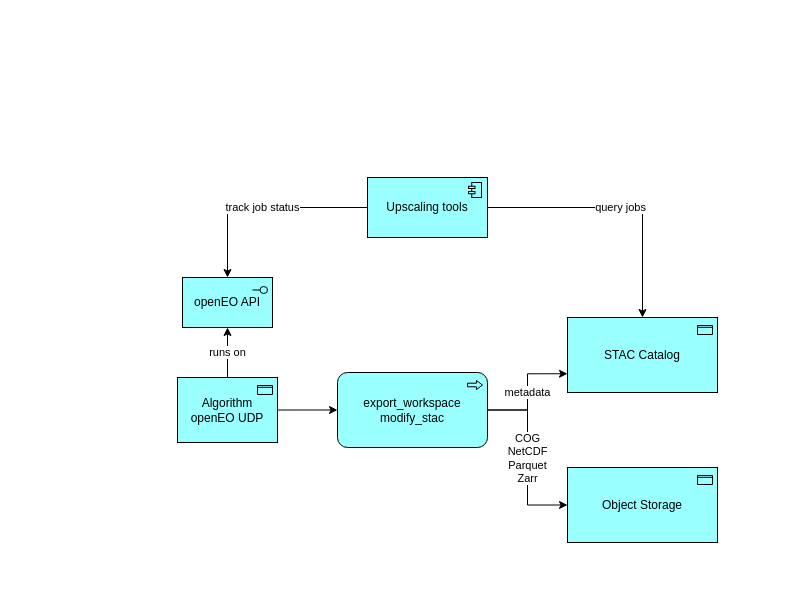
This is propagation/upscaling_openeo.drawio from ESA-APEx/apex_documentation, a draw.io file, before an edit. Source tidied: cells renumbered, new cells numbered last; positions are measured from the earlier drawing's top-left corner, leaving out a move shared by most shapes. Both pictures are drawn from the tidied source at 100%, with x=0, y=0 at pixel (177, 177).
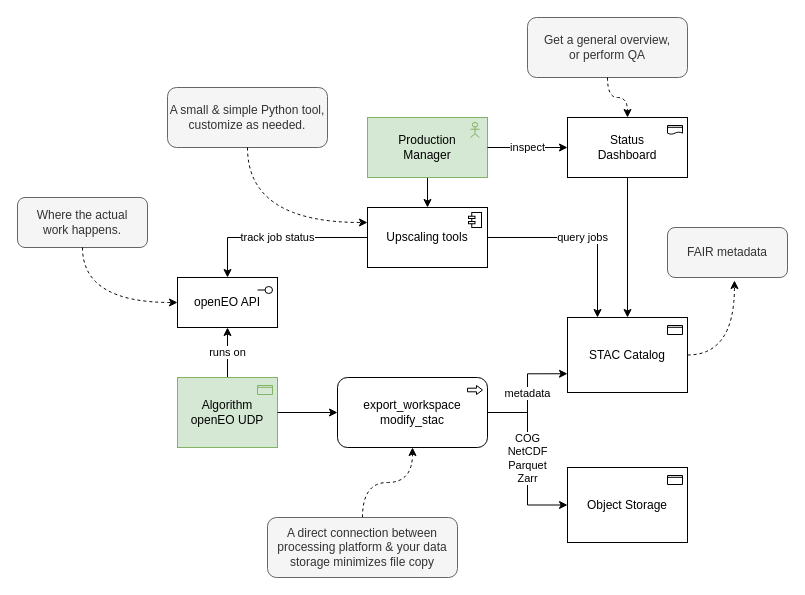
The same diagram, later.

Commit message:
finish diagram

Change to the diagram source:
```diff
@@
-    <mxCell id="3" value="Algorithm&lt;br&gt;openEO UDP" style="html=1;outlineConnect=0;whiteSpace=wrap;fillColor=#99ffff;shape=mxgraph.archimate3.application;appType=passive;archiType=square;" parent="1" vertex="1">
-      <mxGeometry y="200" width="100" height="65" as="geometry" />
+    <mxCell id="3" value="Algorithm&lt;br&gt;openEO UDP" style="html=1;outlineConnect=0;whiteSpace=wrap;shape=mxgraph.archimate3.application;appType=passive;archiType=square;fillColor=#d5e8d4;strokeColor=#82b366;" parent="1" vertex="1">
+      <mxGeometry y="200" width="100" height="70" as="geometry" />
     </mxCell>
-    <mxCell id="4" value="export_workspace&lt;br&gt;modify_stac" style="html=1;outlineConnect=0;whiteSpace=wrap;fillColor=#99ffff;shape=mxgraph.archimate3.application;appType=proc;archiType=rounded;" parent="1" vertex="1">
-      <mxGeometry x="160" y="195" width="150" height="75" as="geometry" />
+    <mxCell id="4" value="export_workspace&lt;br&gt;modify_stac" style="html=1;outlineConnect=0;whiteSpace=wrap;shape=mxgraph.archimate3.application;appType=proc;archiType=rounded;" parent="1" vertex="1">
+      <mxGeometry x="160" y="200" width="150" height="70" as="geometry" />
     </mxCell>
@@
-    <mxCell id="6" value="STAC Catalog" style="html=1;outlineConnect=0;whiteSpace=wrap;fillColor=#99ffff;shape=mxgraph.archimate3.application;appType=passive;archiType=square;" parent="1" vertex="1">
-      <mxGeometry x="390" y="140" width="150" height="75" as="geometry" />
+    <mxCell id="6" value="STAC Catalog" style="html=1;outlineConnect=0;whiteSpace=wrap;shape=mxgraph.archimate3.application;appType=passive;archiType=square;" parent="1" vertex="1">
+      <mxGeometry x="390" y="140" width="120" height="75" as="geometry" />
     </mxCell>
@@
-    <mxCell id="8" value="Object Storage" style="html=1;outlineConnect=0;whiteSpace=wrap;fillColor=#99ffff;shape=mxgraph.archimate3.application;appType=passive;archiType=square;" parent="1" vertex="1">
-      <mxGeometry x="390" y="290" width="150" height="75" as="geometry" />
+    <mxCell id="8" value="Object Storage" style="html=1;outlineConnect=0;whiteSpace=wrap;shape=mxgraph.archimate3.application;appType=passive;archiType=square;" parent="1" vertex="1">
+      <mxGeometry x="390" y="290" width="120" height="75" as="geometry" />
     </mxCell>
@@
-    <mxCell id="10" value="openEO API" style="html=1;outlineConnect=0;whiteSpace=wrap;fillColor=#99ffff;shape=mxgraph.archimate3.application;appType=interface;archiType=square;" parent="1" vertex="1">
-      <mxGeometry x="5" y="100" width="90" height="50" as="geometry" />
+    <mxCell id="10" value="openEO API" style="html=1;outlineConnect=0;whiteSpace=wrap;shape=mxgraph.archimate3.application;appType=interface;archiType=square;" parent="1" vertex="1">
+      <mxGeometry y="100" width="100" height="50" as="geometry" />
     </mxCell>
     <mxCell id="11" value="query jobs" style="edgeStyle=orthogonalEdgeStyle;rounded=0;jettySize=auto;html=1;" parent="1" edge="1" source="13" target="6">
       <mxGeometry relative="1" as="geometry">
         <Array as="points">
-          <mxPoint x="465" y="30" />
+          <mxPoint x="420" y="60" />
         </Array>
       </mxGeometry>
     </mxCell>
@@
-    <mxCell id="13" value="Upscaling tools" style="html=1;outlineConnect=0;whiteSpace=wrap;fillColor=#99ffff;shape=mxgraph.archimate3.application;appType=comp;archiType=square;" parent="1" vertex="1">
-      <mxGeometry x="190" width="120" height="60" as="geometry" />
+    <mxCell id="13" value="Upscaling tools" style="html=1;outlineConnect=0;whiteSpace=wrap;shape=mxgraph.archimate3.application;appType=comp;archiType=square;" parent="1" vertex="1">
+      <mxGeometry x="190" y="30" width="120" height="60" as="geometry" />
     </mxCell>
+    <mxCell id="14" style="edgeStyle=orthogonalEdgeStyle;rounded=0;jettySize=auto;html=1;" parent="1" edge="1" source="15" target="13">
+      <mxGeometry relative="1" as="geometry" />
+    </mxCell>
+    <mxCell id="15" value="Production&lt;br&gt;Manager" style="html=1;outlineConnect=0;whiteSpace=wrap;shape=mxgraph.archimate3.application;appType=actor;archiType=square;fillColor=#d5e8d4;strokeColor=#82b366;" parent="1" vertex="1">
+      <mxGeometry x="190" y="-60" width="120" height="60" as="geometry" />
+    </mxCell>
+    <mxCell id="16" style="edgeStyle=orthogonalEdgeStyle;rounded=0;jettySize=auto;html=1;" parent="1" edge="1" source="17" target="6">
+      <mxGeometry relative="1" as="geometry" />
+    </mxCell>
+    <mxCell id="17" value="Status&lt;br&gt;Dashboard" style="html=1;outlineConnect=0;whiteSpace=wrap;shape=mxgraph.archimate3.application;appType=representation;archiType=square;" parent="1" vertex="1">
+      <mxGeometry x="390" y="-60" width="120" height="60" as="geometry" />
+    </mxCell>
+    <mxCell id="18" value="inspect" style="edgeStyle=orthogonalEdgeStyle;rounded=0;jettySize=auto;html=1;entryX=0;entryY=0.5;entryDx=0;entryDy=0;entryPerimeter=0;" parent="1" edge="1" source="15" target="17">
+      <mxGeometry relative="1" as="geometry" />
+    </mxCell>
+    <mxCell id="19" style="edgeStyle=orthogonalEdgeStyle;rounded=0;jettySize=auto;html=1;curved=1;dashed=1;" parent="1" edge="1" source="20" target="4">
+      <mxGeometry relative="1" as="geometry" />
+    </mxCell>
+    <mxCell id="20" value="A direct connection between processing platform &amp;amp; your data storage minimizes file copy" style="text;html=1;align=center;verticalAlign=middle;whiteSpace=wrap;rounded=1;strokeColor=#666666;fillColor=#f5f5f5;fontColor=#333333;" parent="1" vertex="1">
+      <mxGeometry x="90" y="340" width="190" height="60" as="geometry" />
+    </mxCell>
+    <mxCell id="21" value="Get a general overview,&lt;br&gt;or perform QA" style="text;html=1;align=center;verticalAlign=middle;whiteSpace=wrap;rounded=1;strokeColor=#666666;fillColor=#f5f5f5;fontColor=#333333;" parent="1" vertex="1">
+      <mxGeometry x="350" y="-160" width="160" height="60" as="geometry" />
+    </mxCell>
+    <mxCell id="22" style="edgeStyle=orthogonalEdgeStyle;rounded=0;jettySize=auto;html=1;entryX=0.5;entryY=0;entryDx=0;entryDy=0;entryPerimeter=0;curved=1;dashed=1;" parent="1" edge="1" source="21" target="17">
+      <mxGeometry relative="1" as="geometry" />
+    </mxCell>
+    <mxCell id="23" value="FAIR metadata" style="text;html=1;align=center;verticalAlign=middle;whiteSpace=wrap;rounded=1;strokeColor=#666666;fillColor=#f5f5f5;fontColor=#333333;" parent="1" vertex="1">
+      <mxGeometry x="490" y="50" width="120" height="50" as="geometry" />
+    </mxCell>
+    <mxCell id="24" style="edgeStyle=orthogonalEdgeStyle;rounded=0;jettySize=auto;html=1;entryX=0.558;entryY=1.06;entryDx=0;entryDy=0;entryPerimeter=0;dashed=1;curved=1;exitX=1;exitY=0.5;exitDx=0;exitDy=0;exitPerimeter=0;" parent="1" edge="1" source="6" target="23">
+      <mxGeometry relative="1" as="geometry" />
+    </mxCell>
+    <mxCell id="25" value="A small &amp;amp; simple Python tool,&lt;br&gt;customize as needed." style="text;html=1;align=center;verticalAlign=middle;whiteSpace=wrap;rounded=1;strokeColor=#666666;fillColor=#f5f5f5;fontColor=#333333;" parent="1" vertex="1">
+      <mxGeometry x="-10" y="-90" width="160" height="60" as="geometry" />
+    </mxCell>
+    <mxCell id="26" style="edgeStyle=orthogonalEdgeStyle;rounded=0;jettySize=auto;html=1;entryX=0;entryY=0.25;entryDx=0;entryDy=0;entryPerimeter=0;curved=1;exitX=0.5;exitY=1;exitDx=0;exitDy=0;dashed=1;" parent="1" edge="1" source="25" target="13">
+      <mxGeometry relative="1" as="geometry" />
+    </mxCell>
+    <mxCell id="27" value="Where the actual&lt;br&gt;work happens." style="text;html=1;align=center;verticalAlign=middle;whiteSpace=wrap;rounded=1;strokeColor=#666666;fillColor=#f5f5f5;fontColor=#333333;" parent="1" vertex="1">
+      <mxGeometry x="-160" y="20" width="130" height="50" as="geometry" />
+    </mxCell>
+    <mxCell id="28" style="edgeStyle=orthogonalEdgeStyle;rounded=0;jettySize=auto;html=1;entryX=0;entryY=0.5;entryDx=0;entryDy=0;entryPerimeter=0;curved=1;exitX=0.5;exitY=1;exitDx=0;exitDy=0;dashed=1;" parent="1" edge="1" source="27" target="10">
+      <mxGeometry relative="1" as="geometry" />
+    </mxCell>
```
